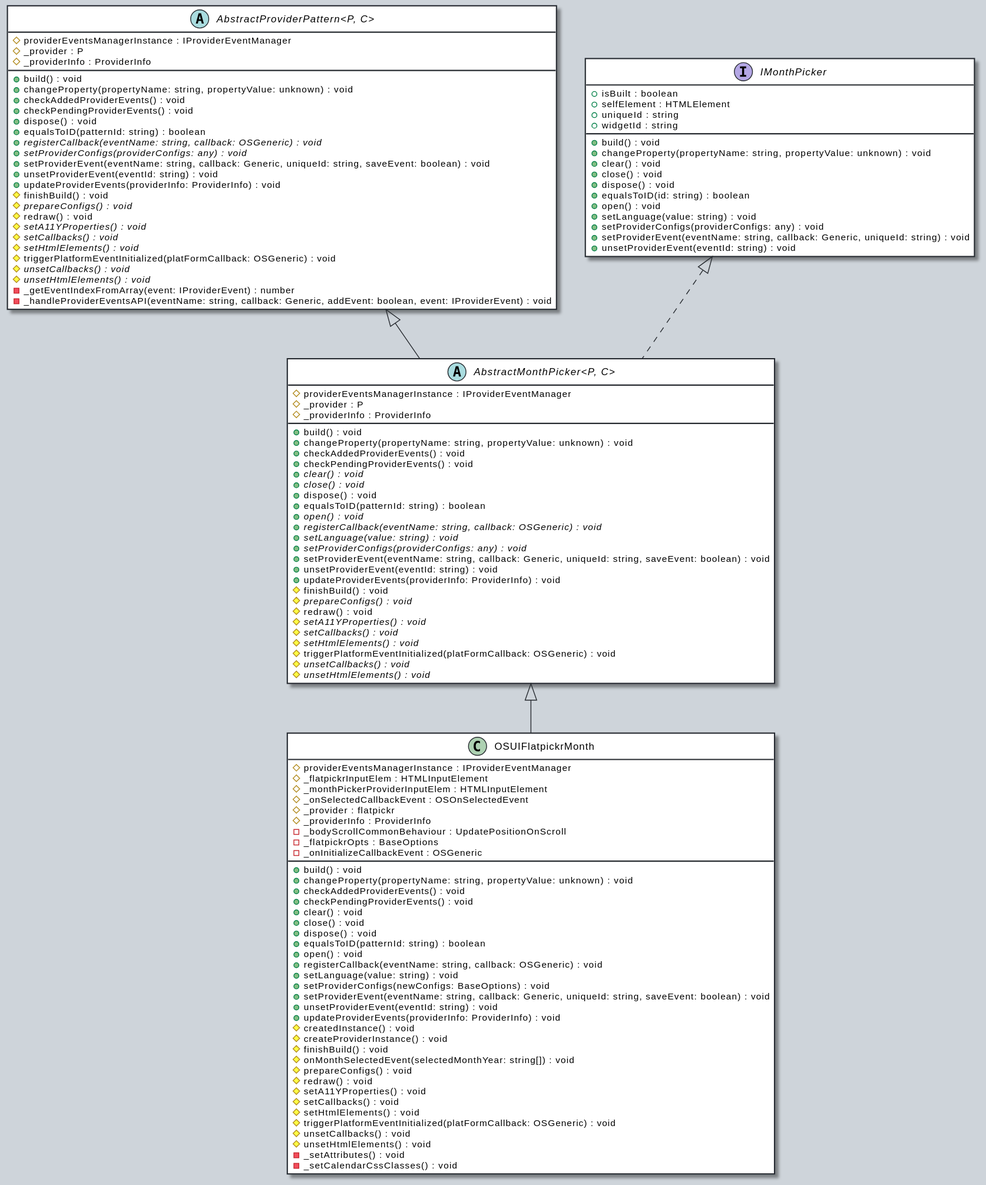
Before: docs/assets/AbstractMonthPicker-umlClassDiagram-4126.svg, a diagram exported from PlantUML (OutSystems/outsystems-ui). The source it was exported from:
```plantuml
@startuml
skinparam ClassArrowColor #272b30
skinparam ClassBorderColor #272b30
skinparam ClassBackgroundColor #fff
skinparam BackgroundColor #ced4da
hide empty methods
hide empty fields
abstract class "AbstractMonthPicker<P, C>" {
    #providerEventsManagerInstance : IProviderEventManager
    #_provider : P
    #_providerInfo : ProviderInfo
    +build() : void
    +changeProperty(propertyName: string, propertyValue: unknown) : void
    +checkAddedProviderEvents() : void
    +checkPendingProviderEvents() : void
    {abstract} +clear() : void
    {abstract} +close() : void
    +dispose() : void
    +equalsToID(patternId: string) : boolean
    {abstract} +open() : void
    {abstract} +registerCallback(eventName: string, callback: OSGeneric) : void
    {abstract} +setLanguage(value: string) : void
    {abstract} +setProviderConfigs(providerConfigs: any) : void
    +setProviderEvent(eventName: string, callback: Generic, uniqueId: string, saveEvent: boolean) : void
    +unsetProviderEvent(eventId: string) : void
    +updateProviderEvents(providerInfo: ProviderInfo) : void
    #finishBuild() : void
    {abstract} #prepareConfigs() : void
    #redraw() : void
    {abstract} #setA11YProperties() : void
    {abstract} #setCallbacks() : void
    {abstract} #setHtmlElements() : void
    #triggerPlatformEventInitialized(platFormCallback: OSGeneric) : void
    {abstract} #unsetCallbacks() : void
    {abstract} #unsetHtmlElements() : void
}
abstract class "AbstractProviderPattern<P, C>" {
    #providerEventsManagerInstance : IProviderEventManager
    #_provider : P
    #_providerInfo : ProviderInfo
    +build() : void
    +changeProperty(propertyName: string, propertyValue: unknown) : void
    +checkAddedProviderEvents() : void
    +checkPendingProviderEvents() : void
    +dispose() : void
    +equalsToID(patternId: string) : boolean
    {abstract} +registerCallback(eventName: string, callback: OSGeneric) : void
    {abstract} +setProviderConfigs(providerConfigs: any) : void
    +setProviderEvent(eventName: string, callback: Generic, uniqueId: string, saveEvent: boolean) : void
    +unsetProviderEvent(eventId: string) : void
    +updateProviderEvents(providerInfo: ProviderInfo) : void
    #finishBuild() : void
    {abstract} #prepareConfigs() : void
    #redraw() : void
    {abstract} #setA11YProperties() : void
    {abstract} #setCallbacks() : void
    {abstract} #setHtmlElements() : void
    #triggerPlatformEventInitialized(platFormCallback: OSGeneric) : void
    {abstract} #unsetCallbacks() : void
    {abstract} #unsetHtmlElements() : void
    -_getEventIndexFromArray(event: IProviderEvent) : number
    -_handleProviderEventsAPI(eventName: string, callback: Generic, addEvent: boolean, event: IProviderEvent) : void
}
"AbstractProviderPattern<P, C>" <|-- "AbstractMonthPicker<P, C>"
interface "IMonthPicker" {
    +isBuilt : boolean
    +selfElement : HTMLElement
    +uniqueId : string
    +widgetId : string
    +build() : void
    +changeProperty(propertyName: string, propertyValue: unknown) : void
    +clear() : void
    +close() : void
    +dispose() : void
    +equalsToID(id: string) : boolean
    +open() : void
    +setLanguage(value: string) : void
    +setProviderConfigs(providerConfigs: any) : void
    +setProviderEvent(eventName: string, callback: Generic, uniqueId: string) : void
    +unsetProviderEvent(eventId: string) : void
}
"IMonthPicker" <|.. "AbstractMonthPicker<P, C>"
class "OSUIFlatpickrMonth" {
    #providerEventsManagerInstance : IProviderEventManager
    #_flatpickrInputElem : HTMLInputElement
    #_monthPickerProviderInputElem : HTMLInputElement
    #_onSelectedCallbackEvent : OSOnSelectedEvent
    #_provider : flatpickr
    #_providerInfo : ProviderInfo
    -_bodyScrollCommonBehaviour : UpdatePositionOnScroll
    -_flatpickrOpts : BaseOptions
    -_onInitializeCallbackEvent : OSGeneric
    +build() : void
    +changeProperty(propertyName: string, propertyValue: unknown) : void
    +checkAddedProviderEvents() : void
    +checkPendingProviderEvents() : void
    +clear() : void
    +close() : void
    +dispose() : void
    +equalsToID(patternId: string) : boolean
    +open() : void
    +registerCallback(eventName: string, callback: OSGeneric) : void
    +setLanguage(value: string) : void
    +setProviderConfigs(newConfigs: BaseOptions) : void
    +setProviderEvent(eventName: string, callback: Generic, uniqueId: string, saveEvent: boolean) : void
    +unsetProviderEvent(eventId: string) : void
    +updateProviderEvents(providerInfo: ProviderInfo) : void
    #createdInstance() : void
    #createProviderInstance() : void
    #finishBuild() : void
    #onMonthSelectedEvent(selectedMonthYear: string[]) : void
    #prepareConfigs() : void
    #redraw() : void
    #setA11YProperties() : void
    #setCallbacks() : void
    #setHtmlElements() : void
    #triggerPlatformEventInitialized(platFormCallback: OSGeneric) : void
    #unsetCallbacks() : void
    #unsetHtmlElements() : void
    -_setAttributes() : void
    -_setCalendarCssClasses() : void
}
"AbstractMonthPicker<P, C>" <|-- "OSUIFlatpickrMonth"
@enduml
```
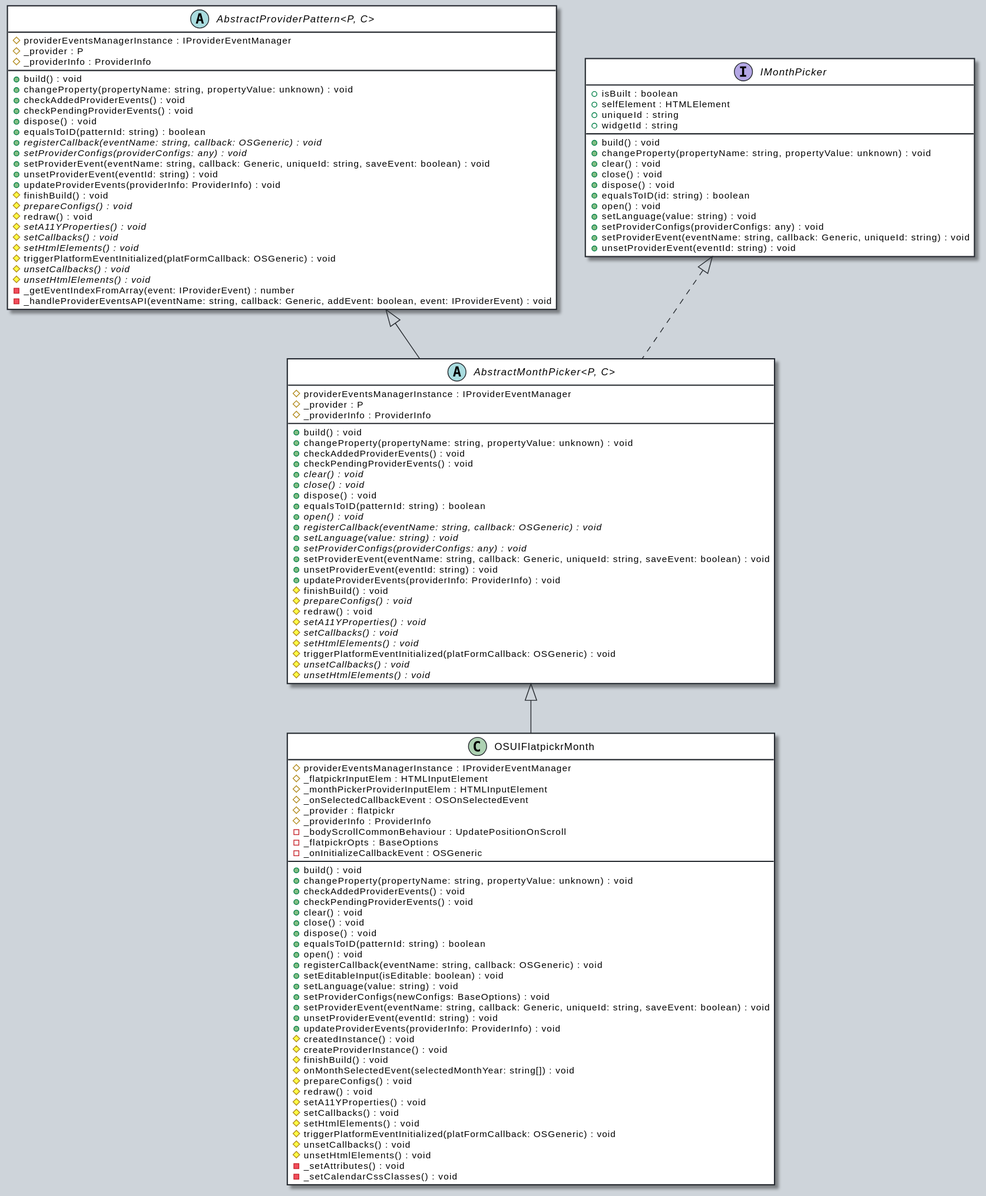
After the change.

Change to the diagram source:
```diff
@@ -100,6 +100,7 @@
     +equalsToID(patternId: string) : boolean
     +open() : void
     +registerCallback(eventName: string, callback: OSGeneric) : void
+    +setEditableInput(isEditable: boolean) : void
     +setLanguage(value: string) : void
     +setProviderConfigs(newConfigs: BaseOptions) : void
     +setProviderEvent(eventName: string, callback: Generic, uniqueId: string, saveEvent: boolean) : void
```
